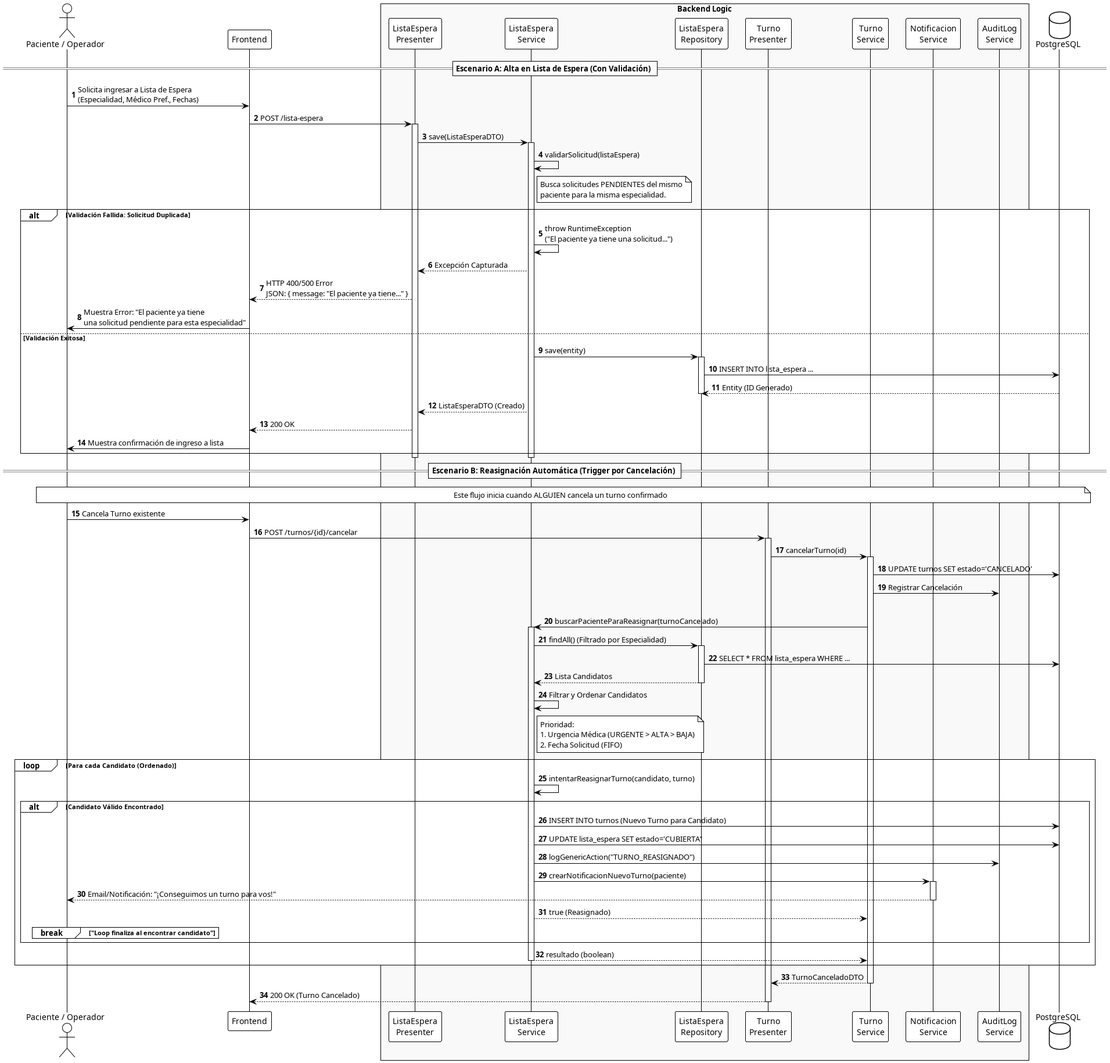
agustxnpm/TurneroWeb keeps this PlantUML diagram as out/diagramaFlujoListaEspera/diagramaFlujoListaEspera.png. Above is the earlier version. The source it was exported from:
```plantuml
@startuml diagramaFlujoListaEspera
!theme plain
autonumber

actor "Paciente / Operador" as User
participant "Frontend" as FE
box "Backend Logic" #f9f9f9
    participant "ListaEspera\nPresenter" as LE_Ctrl
    participant "ListaEspera\nService" as LE_Service
    participant "ListaEspera\nRepository" as LE_Repo
    participant "Turno\nPresenter" as T_Ctrl
    participant "Turno\nService" as T_Service
    participant "Notificacion\nService" as Notif
    participant "AuditLog\nService" as Audit
end box
database "PostgreSQL" as DB

== Escenario A: Alta en Lista de Espera (Con Validación) ==

User -> FE: Solicita ingresar a Lista de Espera\n(Especialidad, Médico Pref., Fechas)
FE -> LE_Ctrl: POST /lista-espera
activate LE_Ctrl

LE_Ctrl -> LE_Service: save(ListaEsperaDTO)
activate LE_Service

LE_Service -> LE_Service: validarSolicitud(listaEspera)
note right of LE_Service
  Busca solicitudes PENDIENTES del mismo
  paciente para la misma especialidad.
end note

alt Validación Fallida: Solicitud Duplicada
    LE_Service -> LE_Service: throw RuntimeException\n("El paciente ya tiene una solicitud...")
    LE_Service --> LE_Ctrl: Excepción Capturada

    LE_Ctrl --> FE: HTTP 400/500 Error\nJSON: { message: "El paciente ya tiene..." }
    FE -> User: Muestra Error: "El paciente ya tiene\nuna solicitud pendiente para esta especialidad"

else Validación Exitosa
    LE_Service -> LE_Repo: save(entity)
    activate LE_Repo
    LE_Repo -> DB: INSERT INTO lista_espera ...
    DB --> LE_Repo: Entity (ID Generado)
    deactivate LE_Repo

    LE_Service --> LE_Ctrl: ListaEsperaDTO (Creado)
    LE_Ctrl --> FE: 200 OK
    FE -> User: Muestra confirmación de ingreso a lista
end

deactivate LE_Service
deactivate LE_Ctrl

== Escenario B: Reasignación Automática (Trigger por Cancelación) ==

note over User, DB: Este flujo inicia cuando ALGUIEN cancela un turno confirmado

User -> FE: Cancela Turno existente
FE -> T_Ctrl: POST /turnos/{id}/cancelar
activate T_Ctrl

T_Ctrl -> T_Service: cancelarTurno(id)
activate T_Service

T_Service -> DB: UPDATE turnos SET estado='CANCELADO'
T_Service -> Audit: Registrar Cancelación

group Algoritmo de Reasignación Automática
    T_Service -> LE_Service: buscarPacienteParaReasignar(turnoCancelado)
    activate LE_Service

    LE_Service -> LE_Repo: findAll() (Filtrado por Especialidad)
    activate LE_Repo
    LE_Repo -> DB: SELECT * FROM lista_espera WHERE ...
    LE_Repo --> LE_Service: Lista Candidatos
    deactivate LE_Repo

    LE_Service -> LE_Service: Filtrar y Ordenar Candidatos
    note right of LE_Service
      Prioridad:
      1. Urgencia Médica (URGENTE > ALTA > BAJA)
      2. Fecha Solicitud (FIFO)
    end note

    loop Para cada Candidato (Ordenado)
        LE_Service -> LE_Service: intentarReasignarTurno(candidato, turno)

        alt Candidato Válido Encontrado
            LE_Service -> DB: INSERT INTO turnos (Nuevo Turno para Candidato)
            LE_Service -> DB: UPDATE lista_espera SET estado='CUBIERTA'

            LE_Service -> Audit: logGenericAction("TURNO_REASIGNADO")

            LE_Service -> Notif: crearNotificacionNuevoTurno(paciente)
            activate Notif
            Notif --> User: Email/Notificación: "¡Conseguimos un turno para vos!"
            deactivate Notif

            LE_Service --> T_Service: true (Reasignado)

            break "Loop finaliza al encontrar candidato"
        end
    end

    LE_Service --> T_Service: resultado (boolean)
    deactivate LE_Service
end

T_Service --> T_Ctrl: TurnoCanceladoDTO
deactivate T_Service

T_Ctrl --> FE: 200 OK (Turno Cancelado)
deactivate T_Ctrl

@enduml
```
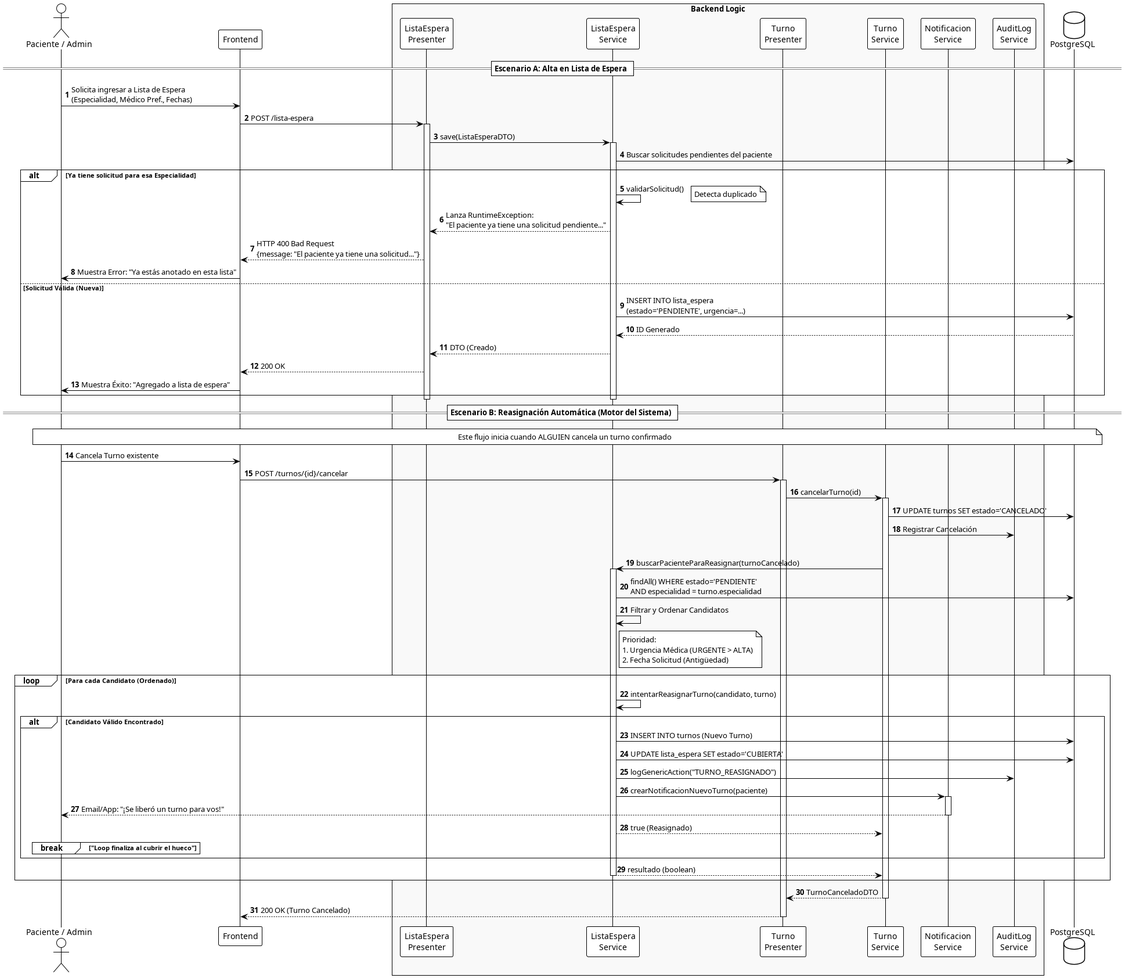
After the commit.

Commit message:
Modificacion en el diagrama ListaEspera

What changed in the source:
```diff
@@ -2,12 +2,11 @@
 !theme plain
 autonumber
 
-actor "Paciente / Operador" as User
+actor "Paciente / Admin" as User
 participant "Frontend" as FE
 box "Backend Logic" #f9f9f9
     participant "ListaEspera\nPresenter" as LE_Ctrl
     participant "ListaEspera\nService" as LE_Service
-    participant "ListaEspera\nRepository" as LE_Repo
     participant "Turno\nPresenter" as T_Ctrl
     participant "Turno\nService" as T_Service
     participant "Notificacion\nService" as Notif
@@ -15,7 +14,7 @@
 end box
 database "PostgreSQL" as DB
 
-== Escenario A: Alta en Lista de Espera (Con Validación) ==
+== Escenario A: Alta en Lista de Espera ==
 
 User -> FE: Solicita ingresar a Lista de Espera\n(Especialidad, Médico Pref., Fechas)
 FE -> LE_Ctrl: POST /lista-espera
@@ -24,35 +23,27 @@
 LE_Ctrl -> LE_Service: save(ListaEsperaDTO)
 activate LE_Service
 
-LE_Service -> LE_Service: validarSolicitud(listaEspera)
-note right of LE_Service
-  Busca solicitudes PENDIENTES del mismo
-  paciente para la misma especialidad.
-end note
+LE_Service -> DB: Buscar solicitudes pendientes del paciente
 
-alt Validación Fallida: Solicitud Duplicada
-    LE_Service -> LE_Service: throw RuntimeException\n("El paciente ya tiene una solicitud...")
-    LE_Service --> LE_Ctrl: Excepción Capturada
+alt Ya tiene solicitud para esa Especialidad
+    LE_Service -> LE_Service: validarSolicitud()
+    note right: Detecta duplicado
+    LE_Service --> LE_Ctrl: Lanza RuntimeException:\n"El paciente ya tiene una solicitud pendiente..."
 
-    LE_Ctrl --> FE: HTTP 400/500 Error\nJSON: { message: "El paciente ya tiene..." }
-    FE -> User: Muestra Error: "El paciente ya tiene\nuna solicitud pendiente para esta especialidad"
+    LE_Ctrl --> FE: HTTP 400 Bad Request\n{message: "El paciente ya tiene una solicitud..."}
+    FE -> User: Muestra Error: "Ya estás anotado en esta lista"
+else Solicitud Válida (Nueva)
+    LE_Service -> DB: INSERT INTO lista_espera\n(estado='PENDIENTE', urgencia=...)
+    DB --> LE_Service: ID Generado
 
-else Validación Exitosa
-    LE_Service -> LE_Repo: save(entity)
-    activate LE_Repo
-    LE_Repo -> DB: INSERT INTO lista_espera ...
-    DB --> LE_Repo: Entity (ID Generado)
-    deactivate LE_Repo
-
-    LE_Service --> LE_Ctrl: ListaEsperaDTO (Creado)
+    LE_Service --> LE_Ctrl: DTO (Creado)
     LE_Ctrl --> FE: 200 OK
-    FE -> User: Muestra confirmación de ingreso a lista
+    FE -> User: Muestra Éxito: "Agregado a lista de espera"
 end
-
 deactivate LE_Service
 deactivate LE_Ctrl
 
-== Escenario B: Reasignación Automática (Trigger por Cancelación) ==
+== Escenario B: Reasignación Automática (Motor del Sistema) ==
 
 note over User, DB: Este flujo inicia cuando ALGUIEN cancela un turno confirmado
 
@@ -70,36 +61,32 @@
     T_Service -> LE_Service: buscarPacienteParaReasignar(turnoCancelado)
     activate LE_Service
 
-    LE_Service -> LE_Repo: findAll() (Filtrado por Especialidad)
-    activate LE_Repo
-    LE_Repo -> DB: SELECT * FROM lista_espera WHERE ...
-    LE_Repo --> LE_Service: Lista Candidatos
-    deactivate LE_Repo
+    LE_Service -> DB: findAll() WHERE estado='PENDIENTE'\nAND especialidad = turno.especialidad
 
     LE_Service -> LE_Service: Filtrar y Ordenar Candidatos
     note right of LE_Service
       Prioridad:
-      1. Urgencia Médica (URGENTE > ALTA > BAJA)
-      2. Fecha Solicitud (FIFO)
+      1. Urgencia Médica (URGENTE > ALTA)
+      2. Fecha Solicitud (Antigüedad)
     end note
 
     loop Para cada Candidato (Ordenado)
         LE_Service -> LE_Service: intentarReasignarTurno(candidato, turno)
 
         alt Candidato Válido Encontrado
-            LE_Service -> DB: INSERT INTO turnos (Nuevo Turno para Candidato)
+            LE_Service -> DB: INSERT INTO turnos (Nuevo Turno)
             LE_Service -> DB: UPDATE lista_espera SET estado='CUBIERTA'
 
             LE_Service -> Audit: logGenericAction("TURNO_REASIGNADO")
 
             LE_Service -> Notif: crearNotificacionNuevoTurno(paciente)
             activate Notif
-            Notif --> User: Email/Notificación: "¡Conseguimos un turno para vos!"
+            Notif --> User: Email/App: "¡Se liberó un turno para vos!"
             deactivate Notif
 
             LE_Service --> T_Service: true (Reasignado)
 
-            break "Loop finaliza al encontrar candidato"
+            break "Loop finaliza al cubrir el hueco"
         end
     end
 
```
